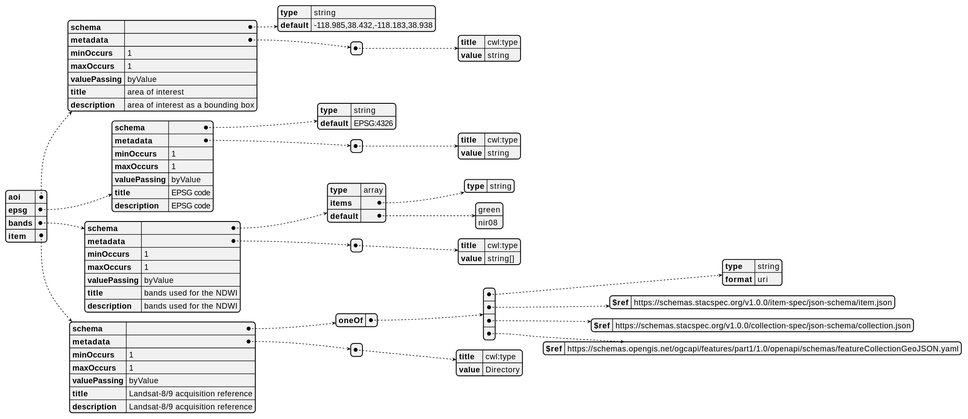
Earlier version of the PlantUML export docs/pattern-1/ogc_processes_inputs.svg (eoap/application-package-patterns). Its diagram source:
```plantuml
@startjson
{
  "aoi": {
    "schema": {
      "type": "string",
      "default": "-118.985,38.432,-118.183,38.938"
    },
    "metadata": [
      {
        "title": "cwl:type",
        "value": "string"
      }
    ],
    "minOccurs": 1,
    "maxOccurs": 1,
    "valuePassing": "byValue",
    "title": "area of interest",
    "description": "area of interest as a bounding box"
  },
  "epsg": {
    "schema": {
      "type": "string",
      "default": "EPSG:4326"
    },
    "metadata": [
      {
        "title": "cwl:type",
        "value": "string"
      }
    ],
    "minOccurs": 1,
    "maxOccurs": 1,
    "valuePassing": "byValue",
    "title": "EPSG code",
    "description": "EPSG code"
  },
  "bands": {
    "schema": {
      "type": "array",
      "items": {
        "type": "string"
      },
      "default": [
        "green",
        "nir08"
      ]
    },
    "metadata": [
      {
        "title": "cwl:type",
        "value": "string[]"
      }
    ],
    "minOccurs": 1,
    "maxOccurs": 1,
    "valuePassing": "byValue",
    "title": "bands used for the NDWI",
    "description": "bands used for the NDWI"
  },
  "item": {
    "schema": {
      "oneOf": [
        {
          "type": "string",
          "format": "uri"
        },
        {
          "$ref": "https://schemas.stacspec.org/v1.0.0/item-spec/json-schema/item.json"
        },
        {
          "$ref": "https://schemas.stacspec.org/v1.0.0/collection-spec/json-schema/collection.json"
        },
        {
          "$ref": "https://schemas.opengis.net/ogcapi/features/part1/1.0/openapi/schemas/featureCollectionGeoJSON.yaml"
        }
      ]
    },
    "metadata": [
      {
        "title": "cwl:type",
        "value": "Directory"
      }
    ],
    "minOccurs": 1,
    "maxOccurs": 1,
    "valuePassing": "byValue",
    "title": "Landsat-8/9 acquisition reference",
    "description": "Landsat-8/9 acquisition reference"
  }
}
@endjson
```
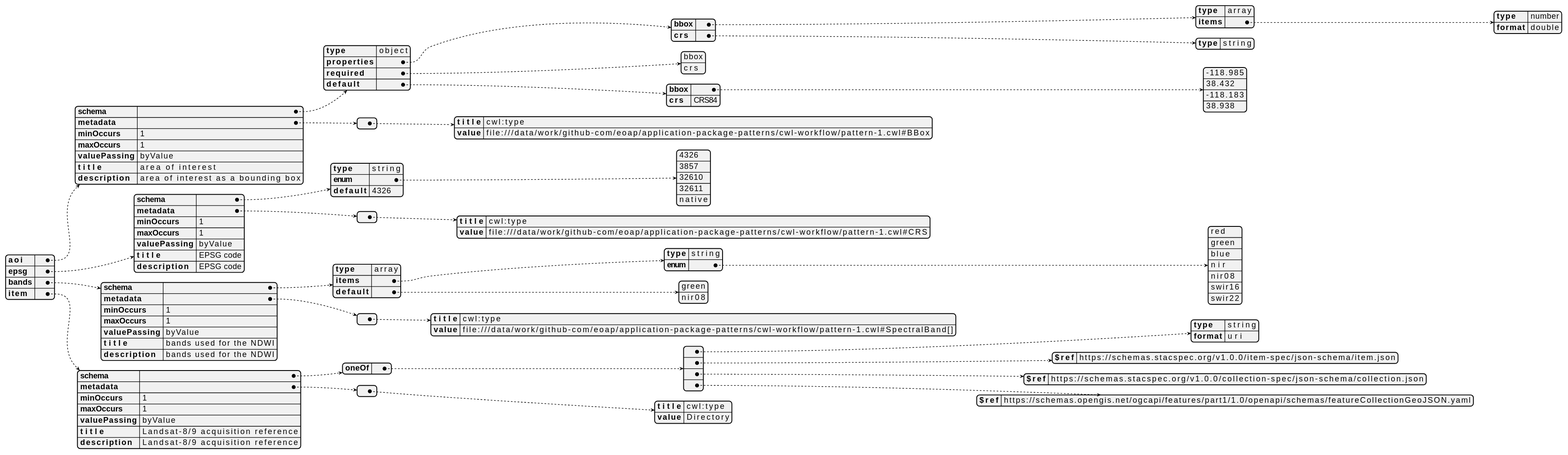
Above is the later version.

The edit, as a diff of the source:
```diff
@@ -2,13 +2,37 @@
 {
   "aoi": {
     "schema": {
-      "type": "string",
-      "default": "-118.985,38.432,-118.183,38.938"
+      "type": "object",
+      "properties": {
+        "bbox": {
+          "type": "array",
+          "items": {
+            "type": "number",
+            "format": "double"
+          }
+        },
+        "crs": {
+          "type": "string"
+        }
+      },
+      "required": [
+        "bbox",
+        "crs"
+      ],
+      "default": {
+        "bbox": [
+          -118.985,
+          38.432,
+          -118.183,
+          38.938
+        ],
+        "crs": "CRS84"
+      }
     },
     "metadata": [
       {
         "title": "cwl:type",
-        "value": "string"
+        "value": "file:///data/work/github-com/eoap/application-package-patterns/cwl-workflow/pattern-1.cwl#BBox"
       }
     ],
     "minOccurs": 1,
@@ -20,12 +44,19 @@
   "epsg": {
     "schema": {
       "type": "string",
-      "default": "EPSG:4326"
+      "enum": [
+        "4326",
+        "3857",
+        "32610",
+        "32611",
+        "native"
+      ],
+      "default": "4326"
     },
     "metadata": [
       {
         "title": "cwl:type",
-        "value": "string"
+        "value": "file:///data/work/github-com/eoap/application-package-patterns/cwl-workflow/pattern-1.cwl#CRS"
       }
     ],
     "minOccurs": 1,
@@ -38,7 +69,16 @@
     "schema": {
       "type": "array",
       "items": {
-        "type": "string"
+        "type": "string",
+        "enum": [
+          "red",
+          "green",
+          "blue",
+          "nir",
+          "nir08",
+          "swir16",
+          "swir22"
+        ]
       },
       "default": [
         "green",
@@ -48,7 +88,7 @@
     "metadata": [
       {
         "title": "cwl:type",
-        "value": "string[]"
+        "value": "file:///data/work/github-com/eoap/application-package-patterns/cwl-workflow/pattern-1.cwl#SpectralBand[]"
       }
     ],
     "minOccurs": 1,
```
